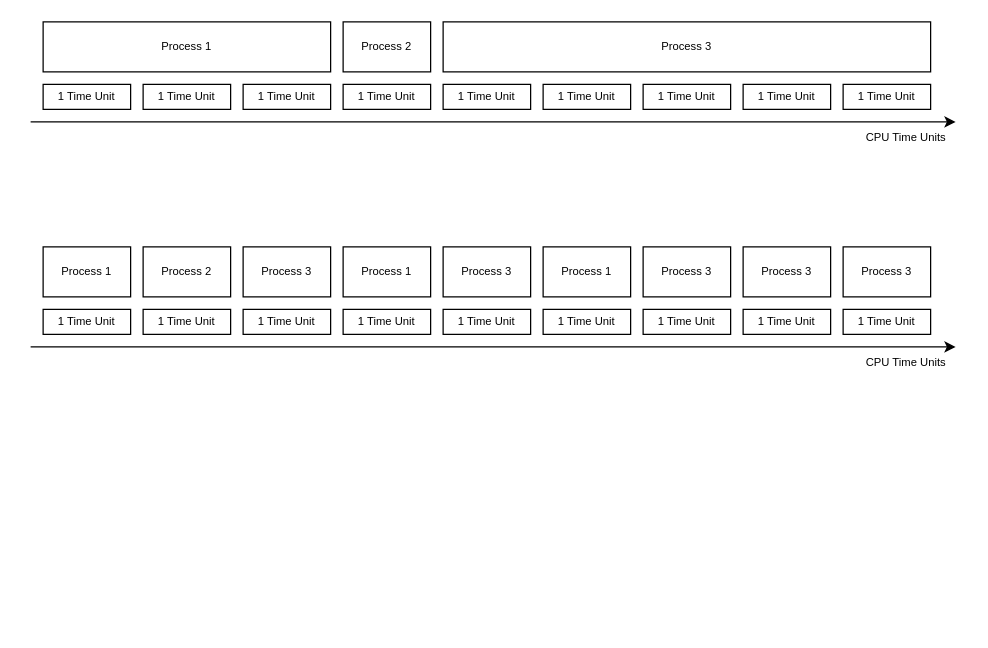
sowf/system-design keeps this draw.io diagram as os/schemas/os.drawio. Above is the earlier version. Source tidied: cells renumbered, new cells numbered last; positions are measured from the earlier drawing's top-left corner, leaving out a move shared by most shapes. Both pictures are drawn from the tidied source at 125%, with x=0, y=0 at pixel (30, 21).
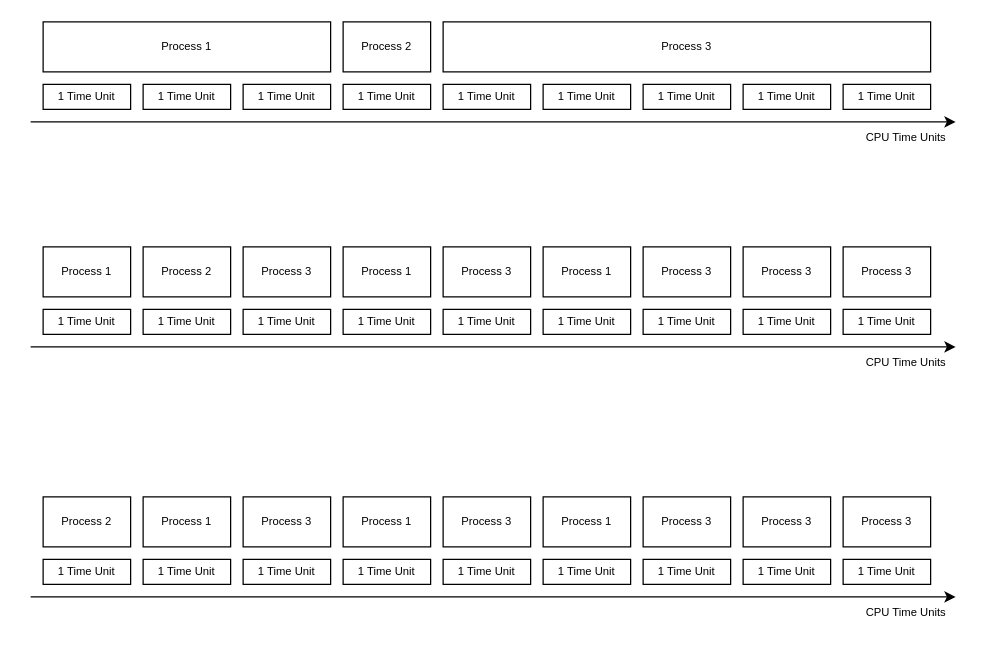
After the change.

What changed in the source:
```diff
@@
+    <mxCell id="36" value="1 Time Unit" style="rounded=0;whiteSpace=wrap;html=1;fontSize=9;" parent="1" vertex="1">
+      <mxGeometry x="10" y="430" width="70" height="20" as="geometry" />
+    </mxCell>
+    <mxCell id="37" value="1 Time Unit" style="rounded=0;whiteSpace=wrap;html=1;fontSize=9;" parent="1" vertex="1">
+      <mxGeometry x="90" y="430" width="70" height="20" as="geometry" />
+    </mxCell>
+    <mxCell id="38" value="1 Time Unit" style="rounded=0;whiteSpace=wrap;html=1;fontSize=9;" parent="1" vertex="1">
+      <mxGeometry x="170" y="430" width="70" height="20" as="geometry" />
+    </mxCell>
+    <mxCell id="39" value="1 Time Unit" style="rounded=0;whiteSpace=wrap;html=1;fontSize=9;" parent="1" vertex="1">
+      <mxGeometry x="250" y="430" width="70" height="20" as="geometry" />
+    </mxCell>
+    <mxCell id="40" value="1 Time Unit" style="rounded=0;whiteSpace=wrap;html=1;fontSize=9;" parent="1" vertex="1">
+      <mxGeometry x="330" y="430" width="70" height="20" as="geometry" />
+    </mxCell>
+    <mxCell id="41" value="1 Time Unit" style="rounded=0;whiteSpace=wrap;html=1;fontSize=9;" parent="1" vertex="1">
+      <mxGeometry x="410" y="430" width="70" height="20" as="geometry" />
+    </mxCell>
+    <mxCell id="42" value="1 Time Unit" style="rounded=0;whiteSpace=wrap;html=1;fontSize=9;" parent="1" vertex="1">
+      <mxGeometry x="490" y="430" width="70" height="20" as="geometry" />
+    </mxCell>
+    <mxCell id="43" value="1 Time Unit" style="rounded=0;whiteSpace=wrap;html=1;fontSize=9;" parent="1" vertex="1">
+      <mxGeometry x="570" y="430" width="70" height="20" as="geometry" />
+    </mxCell>
+    <mxCell id="44" value="1 Time Unit" style="rounded=0;whiteSpace=wrap;html=1;fontSize=9;" parent="1" vertex="1">
+      <mxGeometry x="650" y="430" width="70" height="20" as="geometry" />
+    </mxCell>
+    <mxCell id="45" style="endArrow=classic;html=1;rounded=0;" parent="1" edge="1">
+      <mxGeometry relative="1" as="geometry">
+        <mxPoint y="460" as="sourcePoint" />
+        <mxPoint x="740" y="460" as="targetPoint" />
+      </mxGeometry>
+    </mxCell>
+    <mxCell id="46" value="CPU Time Units" style="text;html=1;align=center;verticalAlign=middle;strokeColor=none;fillColor=none;fontSize=9;" parent="1" vertex="1">
+      <mxGeometry x="655" y="463" width="90" height="20" as="geometry" />
+    </mxCell>
+    <mxCell id="47" value="Process 1" style="rounded=0;whiteSpace=wrap;html=1;fontSize=9;" parent="1" vertex="1">
+      <mxGeometry x="90" y="380" width="70" height="40" as="geometry" />
+    </mxCell>
+    <mxCell id="48" value="Process 2" style="rounded=0;whiteSpace=wrap;html=1;fontSize=9;" parent="1" vertex="1">
+      <mxGeometry x="10" y="380" width="70" height="40" as="geometry" />
+    </mxCell>
+    <mxCell id="49" value="Process 3" style="rounded=0;whiteSpace=wrap;html=1;fontSize=9;" parent="1" vertex="1">
+      <mxGeometry x="170" y="380" width="70" height="40" as="geometry" />
+    </mxCell>
+    <mxCell id="50" value="Process 1" style="rounded=0;whiteSpace=wrap;html=1;fontSize=9;" parent="1" vertex="1">
+      <mxGeometry x="250" y="380" width="70" height="40" as="geometry" />
+    </mxCell>
+    <mxCell id="51" value="Process 3" style="rounded=0;whiteSpace=wrap;html=1;fontSize=9;" parent="1" vertex="1">
+      <mxGeometry x="330" y="380" width="70" height="40" as="geometry" />
+    </mxCell>
+    <mxCell id="52" value="Process 1" style="rounded=0;whiteSpace=wrap;html=1;fontSize=9;" parent="1" vertex="1">
+      <mxGeometry x="410" y="380" width="70" height="40" as="geometry" />
+    </mxCell>
+    <mxCell id="53" value="Process 3" style="rounded=0;whiteSpace=wrap;html=1;fontSize=9;" parent="1" vertex="1">
+      <mxGeometry x="570" y="380" width="70" height="40" as="geometry" />
+    </mxCell>
+    <mxCell id="54" value="Process 3" style="rounded=0;whiteSpace=wrap;html=1;fontSize=9;" parent="1" vertex="1">
+      <mxGeometry x="490" y="380" width="70" height="40" as="geometry" />
+    </mxCell>
+    <mxCell id="55" value="Process 3" style="rounded=0;whiteSpace=wrap;html=1;fontSize=9;" parent="1" vertex="1">
+      <mxGeometry x="650" y="380" width="70" height="40" as="geometry" />
+    </mxCell>
```
